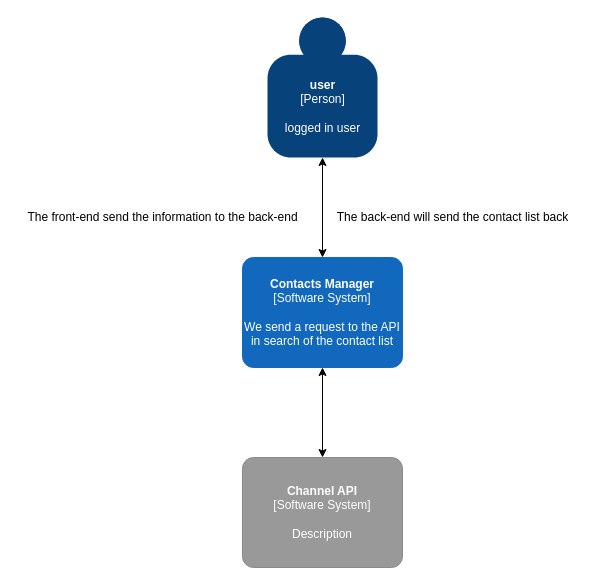
Earlier version of the draw.io diagram page "Context-Diagram" (1 of 3) of C4/C4-Selecting-Contacts-Module.drawio (HristeaIonut/Morse-Diagrams). Source tidied: cells renumbered, new cells numbered last; positions are measured from the earlier drawing's top-left corner, leaving out a move shared by most shapes. Both pictures are drawn from the tidied source at 100%, with x=0, y=0 at pixel (17, 17).
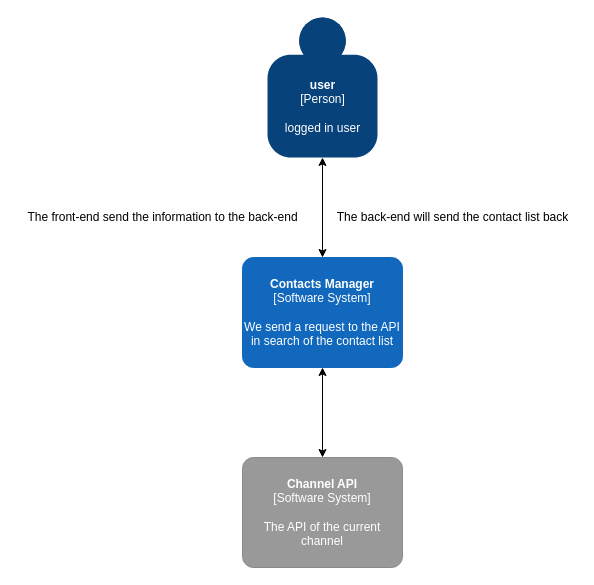
After the change.

What changed in the source:
```diff
@@
 <mxGraphModel>
   <root>
     <mxCell id="0" />
     <mxCell id="1" parent="0" />
     <mxCell id="2" style="endArrow=classic;startArrow=classic;html=1;exitX=0.5;exitY=0;exitDx=0;exitDy=0;exitPerimeter=0;entryX=0.5;entryY=1;entryDx=0;entryDy=0;entryPerimeter=0;" parent="1" edge="1" source="5" target="6">
       <mxGeometry relative="1" as="geometry" />
     </mxCell>
     <mxCell id="3" value="The front-end send the information to the back-end" style="text;html=1;align=center;verticalAlign=middle;" parent="1" vertex="1">
       <mxGeometry y="190" width="290" height="20" as="geometry" />
     </mxCell>
     <mxCell id="4" value="The back-end will send the contact list back" style="text;html=1;align=center;verticalAlign=middle;" parent="1" vertex="1">
       <mxGeometry x="310" y="190" width="250" height="20" as="geometry" />
     </mxCell>
     <object id="5" label="&lt;b&gt;%c4Name%&lt;/b&gt;&lt;div&gt;[%c4Type%]&lt;/div&gt;&lt;br&gt;&lt;div&gt;%c4Description%&lt;/div&gt;" c4Description="We send a request to the API in search of the contact list" c4Name="Contacts Manager" c4Type="Software System" placeholders="1">
       <mxCell style="rounded=1;whiteSpace=wrap;html=1;labelBackgroundColor=none;fillColor=#1168BD;fontColor=#ffffff;align=center;arcSize=10;strokeColor=#1168BD;metaData={&quot;c4Type&quot;:{&quot;editable&quot;:false}};points=[[0.25,0,0],[0.5,0,0],[0.75,0,0],[1,0.25,0],[1,0.5,0],[1,0.75,0],[0.75,1,0],[0.5,1,0],[0.25,1,0],[0,0.75,0],[0,0.5,0],[0,0.25,0]];" parent="1" vertex="1">
         <mxGeometry x="225" y="240" width="160" height="110" as="geometry" />
       </mxCell>
     </object>
     <object id="6" label="&lt;b&gt;%c4Name%&lt;/b&gt;&lt;div&gt;[%c4Type%]&lt;/div&gt;&lt;br&gt;&lt;div&gt;%c4Description%&lt;/div&gt;" c4Description="logged in user" c4Name="user" c4Type="Person" placeholders="1">
       <mxCell style="html=1;dashed=0;whitespace=wrap;fillColor=#08427b;strokeColor=none;fontColor=#ffffff;shape=mxgraph.c4.person;align=center;points=[[0.5,0,0],[1,0.5,0],[1,0.75,0],[0.75,1,0],[0.5,1,0],[0.25,1,0],[0,0.75,0],[0,0.5,0]];metaData={&quot;c4Type&quot;:{&quot;editable&quot;:false}};" parent="1" vertex="1">
         <mxGeometry x="250" width="110" height="140" as="geometry" />
       </mxCell>
     </object>
     <mxCell id="7" style="endArrow=classic;startArrow=classic;html=1;entryX=0.5;entryY=1;entryDx=0;entryDy=0;entryPerimeter=0;exitX=0.5;exitY=0;exitDx=0;exitDy=0;exitPerimeter=0;" parent="1" edge="1" source="8" target="5">
       <mxGeometry relative="1" as="geometry" />
     </mxCell>
-    <object id="8" label="&lt;b&gt;%c4Name%&lt;/b&gt;&lt;div&gt;[%c4Type%]&lt;/div&gt;&lt;br&gt;&lt;div&gt;%c4Description%&lt;/div&gt;" c4Description="Description" c4Name="Channel API" c4Type="Software System" placeholders="1">
+    <object id="8" label="&lt;b&gt;%c4Name%&lt;/b&gt;&lt;div&gt;[%c4Type%]&lt;/div&gt;&lt;br&gt;&lt;div&gt;%c4Description%&lt;/div&gt;" c4Description="The API of the current channel" c4Name="Channel API" c4Type="Software System" placeholders="1">
       <mxCell style="rounded=1;whiteSpace=wrap;html=1;labelBackgroundColor=none;fillColor=#999999;fontColor=#ffffff;align=center;arcSize=10;strokeColor=#8A8A8A;metaData={&quot;c4Type&quot;:{&quot;editable&quot;:false}};points=[[0.25,0,0],[0.5,0,0],[0.75,0,0],[1,0.25,0],[1,0.5,0],[1,0.75,0],[0.75,1,0],[0.5,1,0],[0.25,1,0],[0,0.75,0],[0,0.5,0],[0,0.25,0]];" parent="1" vertex="1">
         <mxGeometry x="225" y="440" width="160" height="110" as="geometry" />
       </mxCell>
     </object>
   </root>
 </mxGraphModel>
```
